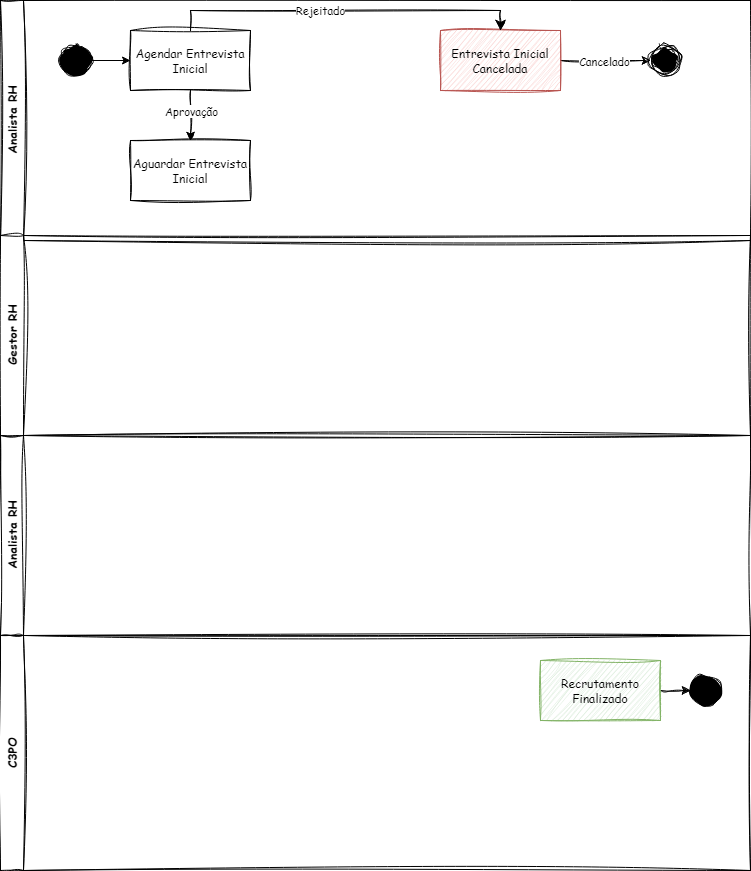
Earlier version of the draw.io export instituto_langchain/busca_sql/selecao.drawio.png (Ro-Goncalves/instituto-langchain). Source tidied: cells renumbered, new cells last; positions are measured from the earlier drawing's top-left corner, leaving out a move shared by most shapes.
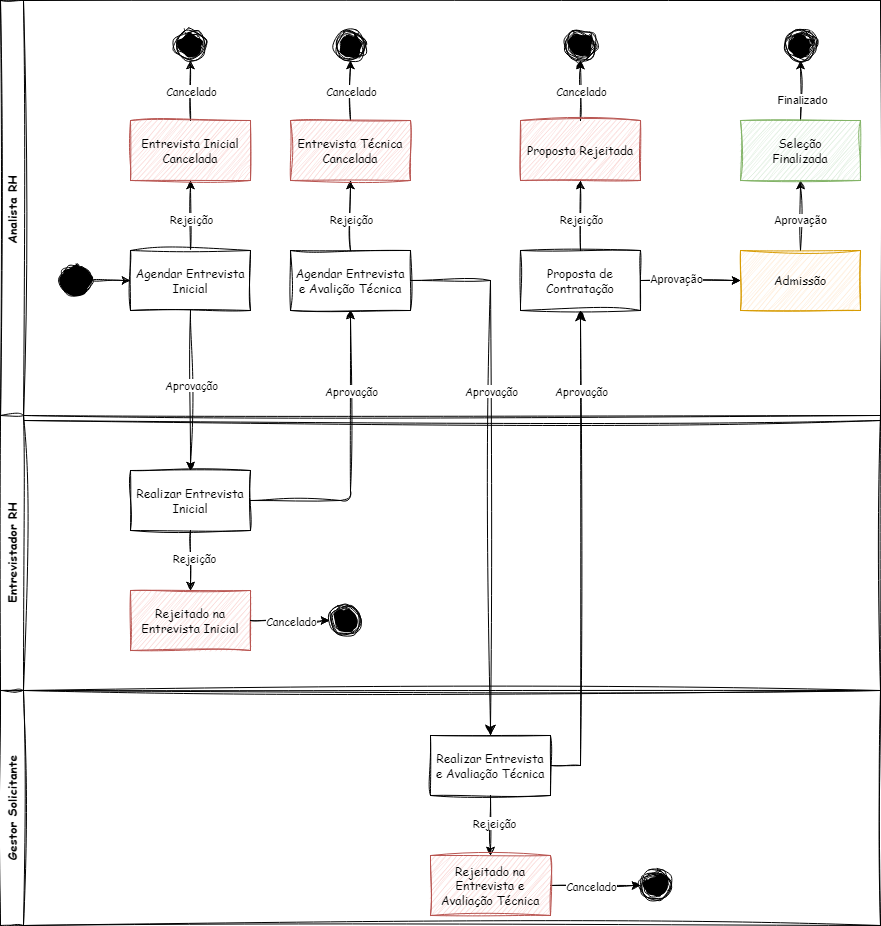
After the commit.

Commit message:
feat(busca sql): Melhorar a descrição do processo de seleção.

The edit, as a diff of the source:
```diff
@@ -3,69 +3,209 @@
     <mxCell id="0" />
     <mxCell id="1" parent="0" />
     <mxCell id="2" value="Analista RH" style="swimlane;horizontal=0;whiteSpace=wrap;html=1;fontFamily=Comic Sans MS;sketch=1;curveFitting=1;jiggle=2;" parent="1" vertex="1">
-      <mxGeometry width="750" height="240" as="geometry" />
+      <mxGeometry y="-180" width="880" height="420" as="geometry" />
     </mxCell>
-    <mxCell id="3" style="edgeStyle=none;html=1;exitX=0.5;exitY=1;exitDx=0;exitDy=0;entryX=0.5;entryY=0;entryDx=0;entryDy=0;sketch=1;curveFitting=1;jiggle=2;" parent="2" edge="1" source="5" target="14">
-      <mxGeometry relative="1" as="geometry" />
-    </mxCell>
-    <mxCell id="4" value="Aprovação" style="edgeLabel;html=1;align=center;verticalAlign=middle;fontFamily=Comic Sans MS;" parent="3" vertex="1">
-      <mxGeometry x="-0.02" y="2" relative="1" as="geometry">
-        <mxPoint x="-2" y="-4" as="offset" />
-      </mxGeometry>
-    </mxCell>
+    <mxCell id="12" style="edgeStyle=none;html=1;entryX=0.5;entryY=1;entryDx=0;entryDy=0;sketch=1;curveFitting=1;jiggle=2;" parent="2" edge="1" source="5" target="10">
+      <mxGeometry relative="1" as="geometry" />
+    </mxCell>
+    <mxCell id="21" value="Rejeição" style="edgeLabel;html=1;align=center;verticalAlign=middle;fontFamily=Comic Sans MS;" parent="12" vertex="1">
+      <mxGeometry x="-0.07" relative="1" as="geometry" />
+    </mxCell>
     <mxCell id="5" value="Agendar Entrevista&lt;div&gt;Inicial&lt;/div&gt;" style="rounded=0;whiteSpace=wrap;html=1;sketch=1;curveFitting=1;jiggle=2;fontFamily=Comic Sans MS;" parent="2" vertex="1">
-      <mxGeometry x="130" y="30" width="120" height="60" as="geometry" />
+      <mxGeometry x="130" y="250" width="120" height="60" as="geometry" />
     </mxCell>
     <mxCell id="6" style="ellipse;fillColor=strokeColor;html=1;sketch=1;curveFitting=1;jiggle=2;" parent="2" vertex="1">
-      <mxGeometry x="60" y="45" width="30" height="30" as="geometry" />
+      <mxGeometry x="60" y="265" width="30" height="30" as="geometry" />
     </mxCell>
-    <mxCell id="7" style="edgeStyle=none;html=1;exitX=1;exitY=0.5;exitDx=0;exitDy=0;entryX=0;entryY=0.5;entryDx=0;entryDy=0;" parent="2" edge="1" source="6" target="5">
+    <mxCell id="7" style="edgeStyle=none;html=1;exitX=1;exitY=0.5;exitDx=0;exitDy=0;entryX=0;entryY=0.5;entryDx=0;entryDy=0;sketch=1;curveFitting=1;jiggle=2;" parent="2" edge="1" source="6" target="5">
       <mxGeometry relative="1" as="geometry" />
     </mxCell>
-    <mxCell id="8" style="edgeStyle=none;html=1;exitX=1;exitY=0.5;exitDx=0;exitDy=0;entryX=0;entryY=0.5;entryDx=0;entryDy=0;sketch=1;curveFitting=1;jiggle=2;" parent="2" edge="1" source="10" target="11">
+    <mxCell id="8" style="edgeStyle=none;html=1;exitX=0.5;exitY=0;exitDx=0;exitDy=0;entryX=0.5;entryY=1;entryDx=0;entryDy=0;sketch=1;curveFitting=1;jiggle=2;" parent="2" edge="1" source="10" target="11">
       <mxGeometry relative="1" as="geometry" />
     </mxCell>
     <mxCell id="9" value="Cancelado" style="edgeLabel;html=1;align=center;verticalAlign=middle;fontFamily=Comic Sans MS;" parent="8" vertex="1">
       <mxGeometry x="-0.35" y="-2" relative="1" as="geometry">
-        <mxPoint x="14" y="-2" as="offset" />
+        <mxPoint x="-2" y="-10" as="offset" />
       </mxGeometry>
     </mxCell>
     <mxCell id="10" value="Entrevista Inicial&lt;div&gt;Cancelada&lt;/div&gt;" style="rounded=0;whiteSpace=wrap;html=1;sketch=1;curveFitting=1;jiggle=2;fontFamily=Comic Sans MS;fillColor=#f8cecc;strokeColor=#b85450;" parent="2" vertex="1">
-      <mxGeometry x="440" y="30" width="120" height="60" as="geometry" />
+      <mxGeometry x="130" y="120" width="120" height="60" as="geometry" />
     </mxCell>
     <mxCell id="11" style="ellipse;html=1;shape=endState;fillColor=strokeColor;sketch=1;curveFitting=1;jiggle=2;" parent="2" vertex="1">
-      <mxGeometry x="650" y="45" width="30" height="30" as="geometry" />
+      <mxGeometry x="175" y="30" width="30" height="30" as="geometry" />
     </mxCell>
-    <mxCell id="12" style="edgeStyle=elbowEdgeStyle;elbow=vertical;endArrow=classic;html=1;curved=0;rounded=0;endSize=8;startSize=8;sketch=1;curveFitting=1;jiggle=2;entryX=0.5;entryY=0;entryDx=0;entryDy=0;exitX=0.5;exitY=0;exitDx=0;exitDy=0;fontFamily=Comic Sans MS;" parent="2" edge="1" source="5" target="10">
-      <mxGeometry relative="1" as="geometry">
-        <Array as="points">
-          <mxPoint x="350" y="10" />
-        </Array>
-      </mxGeometry>
-    </mxCell>
-    <mxCell id="13" value="&lt;font face=&quot;Comic Sans MS&quot;&gt;Rejeitado&lt;/font&gt;" style="edgeLabel;html=1;align=center;verticalAlign=middle;" parent="12" vertex="1">
-      <mxGeometry x="-0.15" relative="1" as="geometry" />
-    </mxCell>
+    <mxCell id="22" value="Agendar Entrevista&lt;div&gt;e Avalição Técnica&lt;/div&gt;" style="rounded=0;whiteSpace=wrap;html=1;sketch=1;curveFitting=1;jiggle=2;fontFamily=Comic Sans MS;" parent="2" vertex="1">
+      <mxGeometry x="290" y="250" width="120" height="60" as="geometry" />
+    </mxCell>
+    <mxCell id="23" style="edgeStyle=none;html=1;entryX=0.5;entryY=1;entryDx=0;entryDy=0;sketch=1;curveFitting=1;jiggle=2;exitX=0.5;exitY=0;exitDx=0;exitDy=0;" parent="2" edge="1" source="22" target="27">
+      <mxGeometry relative="1" as="geometry" />
+    </mxCell>
+    <mxCell id="24" value="&lt;span style=&quot;color: rgb(0, 0, 0);&quot;&gt;Rejeição&lt;/span&gt;" style="edgeLabel;html=1;align=center;verticalAlign=middle;fontFamily=Comic Sans MS;" parent="23" vertex="1">
+      <mxGeometry x="-0.07" relative="1" as="geometry" />
+    </mxCell>
+    <mxCell id="25" style="edgeStyle=none;html=1;exitX=0.5;exitY=0;exitDx=0;exitDy=0;entryX=0.5;entryY=1;entryDx=0;entryDy=0;sketch=1;curveFitting=1;jiggle=2;" parent="2" edge="1" source="27" target="28">
+      <mxGeometry relative="1" as="geometry" />
+    </mxCell>
+    <mxCell id="26" value="Cancelado" style="edgeLabel;html=1;align=center;verticalAlign=middle;fontFamily=Comic Sans MS;" parent="25" vertex="1">
+      <mxGeometry x="-0.35" y="-2" relative="1" as="geometry">
+        <mxPoint x="-2" y="-10" as="offset" />
+      </mxGeometry>
+    </mxCell>
+    <mxCell id="27" value="Entrevista Técnica&lt;div&gt;Cancelada&lt;/div&gt;" style="rounded=0;whiteSpace=wrap;html=1;sketch=1;curveFitting=1;jiggle=2;fontFamily=Comic Sans MS;fillColor=#f8cecc;strokeColor=#b85450;" parent="2" vertex="1">
+      <mxGeometry x="290" y="120" width="120" height="60" as="geometry" />
+    </mxCell>
+    <mxCell id="28" style="ellipse;html=1;shape=endState;fillColor=strokeColor;sketch=1;curveFitting=1;jiggle=2;" parent="2" vertex="1">
+      <mxGeometry x="335" y="30" width="30" height="30" as="geometry" />
+    </mxCell>
+    <mxCell id="29" style="edgeStyle=none;html=1;sketch=1;curveFitting=1;jiggle=2;" parent="2" edge="1" source="31" target="40">
+      <mxGeometry relative="1" as="geometry" />
+    </mxCell>
+    <mxCell id="30" value="Aprovação" style="edgeLabel;html=1;align=center;verticalAlign=middle;" parent="29" vertex="1">
+      <mxGeometry x="-0.31" y="2" relative="1" as="geometry" />
+    </mxCell>
+    <mxCell id="31" value="Proposta de&lt;div&gt;Contratação&lt;/div&gt;" style="rounded=0;whiteSpace=wrap;html=1;sketch=1;curveFitting=1;jiggle=2;fontFamily=Comic Sans MS;" parent="2" vertex="1">
+      <mxGeometry x="520" y="250" width="120" height="60" as="geometry" />
+    </mxCell>
+    <mxCell id="32" style="edgeStyle=none;html=1;entryX=0.5;entryY=1;entryDx=0;entryDy=0;sketch=1;curveFitting=1;jiggle=2;exitX=0.5;exitY=0;exitDx=0;exitDy=0;" parent="2" edge="1" source="31" target="36">
+      <mxGeometry relative="1" as="geometry" />
+    </mxCell>
+    <mxCell id="33" value="&lt;span style=&quot;color: rgb(0, 0, 0);&quot;&gt;Rejeição&lt;/span&gt;" style="edgeLabel;html=1;align=center;verticalAlign=middle;fontFamily=Comic Sans MS;" parent="32" vertex="1">
+      <mxGeometry x="-0.07" relative="1" as="geometry" />
+    </mxCell>
+    <mxCell id="34" style="edgeStyle=none;html=1;exitX=0.5;exitY=0;exitDx=0;exitDy=0;sketch=1;curveFitting=1;jiggle=2;entryX=0.5;entryY=1;entryDx=0;entryDy=0;" parent="2" edge="1" source="36" target="37">
+      <mxGeometry relative="1" as="geometry" />
+    </mxCell>
+    <mxCell id="35" value="Cancelado" style="edgeLabel;html=1;align=center;verticalAlign=middle;fontFamily=Comic Sans MS;" parent="34" vertex="1">
+      <mxGeometry x="-0.35" y="-2" relative="1" as="geometry">
+        <mxPoint x="-2" y="-10" as="offset" />
+      </mxGeometry>
+    </mxCell>
+    <mxCell id="36" value="Proposta Rejeitada" style="rounded=0;whiteSpace=wrap;html=1;sketch=1;curveFitting=1;jiggle=2;fontFamily=Comic Sans MS;fillColor=#f8cecc;strokeColor=#b85450;" parent="2" vertex="1">
+      <mxGeometry x="520" y="120" width="120" height="60" as="geometry" />
+    </mxCell>
+    <mxCell id="37" style="ellipse;html=1;shape=endState;fillColor=strokeColor;sketch=1;curveFitting=1;jiggle=2;" parent="2" vertex="1">
+      <mxGeometry x="565" y="30" width="30" height="30" as="geometry" />
+    </mxCell>
+    <mxCell id="38" style="edgeStyle=none;html=1;sketch=1;curveFitting=1;jiggle=2;" parent="2" edge="1" source="40" target="43">
+      <mxGeometry relative="1" as="geometry" />
+    </mxCell>
+    <mxCell id="39" value="Aprovação" style="edgeLabel;html=1;align=center;verticalAlign=middle;" parent="38" vertex="1">
+      <mxGeometry x="-0.12" y="1" relative="1" as="geometry" />
+    </mxCell>
+    <mxCell id="40" value="Admissão" style="rounded=0;whiteSpace=wrap;html=1;sketch=1;curveFitting=1;jiggle=2;fontFamily=Comic Sans MS;fillColor=#ffe6cc;strokeColor=#d79b00;" parent="2" vertex="1">
+      <mxGeometry x="740" y="250" width="120" height="60" as="geometry" />
+    </mxCell>
+    <mxCell id="41" style="edgeStyle=none;html=1;entryX=0.5;entryY=1;entryDx=0;entryDy=0;sketch=1;curveFitting=1;jiggle=2;" parent="2" edge="1" source="43" target="44">
+      <mxGeometry relative="1" as="geometry" />
+    </mxCell>
+    <mxCell id="42" value="Finalizado" style="edgeLabel;html=1;align=center;verticalAlign=middle;" parent="41" vertex="1">
+      <mxGeometry x="-0.31" y="-1" relative="1" as="geometry" />
+    </mxCell>
+    <mxCell id="43" value="Seleção&lt;div&gt;Finalizada&lt;/div&gt;" style="rounded=0;whiteSpace=wrap;html=1;sketch=1;curveFitting=1;jiggle=2;fontFamily=Comic Sans MS;fillColor=#d5e8d4;strokeColor=#82b366;" parent="2" vertex="1">
+      <mxGeometry x="740" y="120" width="120" height="60" as="geometry" />
+    </mxCell>
+    <mxCell id="44" style="ellipse;html=1;shape=endState;fillColor=strokeColor;sketch=1;curveFitting=1;jiggle=2;" parent="2" vertex="1">
+      <mxGeometry x="785" y="30" width="30" height="30" as="geometry" />
+    </mxCell>
+    <mxCell id="15" value="Entrevistador RH" style="swimlane;horizontal=0;whiteSpace=wrap;html=1;fontFamily=Comic Sans MS;sketch=1;curveFitting=1;jiggle=2;" parent="1" vertex="1">
+      <mxGeometry y="235" width="880" height="275" as="geometry" />
+    </mxCell>
+    <mxCell id="45" style="edgeStyle=none;html=1;entryX=0.5;entryY=0;entryDx=0;entryDy=0;fontFamily=Comic Sans MS;sketch=1;curveFitting=1;jiggle=2;" parent="15" edge="1" source="14" target="47">
+      <mxGeometry relative="1" as="geometry" />
+    </mxCell>
+    <mxCell id="46" value="&lt;span style=&quot;color: rgb(0, 0, 0);&quot;&gt;Rejeição&lt;/span&gt;" style="edgeLabel;html=1;align=center;verticalAlign=middle;fontFamily=Comic Sans MS;" parent="45" vertex="1">
+      <mxGeometry x="-0.12" y="3" relative="1" as="geometry" />
+    </mxCell>
-    <mxCell id="14" value="Aguardar Entrevista&lt;div&gt;Inicial&lt;/div&gt;" style="rounded=0;whiteSpace=wrap;html=1;sketch=1;curveFitting=1;jiggle=2;fontFamily=Comic Sans MS;" parent="2" vertex="1">
-      <mxGeometry x="130" y="140" width="120" height="60" as="geometry" />
+    <mxCell id="14" value="Realizar Entrevista&lt;div&gt;Inicial&lt;/div&gt;" style="rounded=0;whiteSpace=wrap;html=1;sketch=1;curveFitting=1;jiggle=2;fontFamily=Comic Sans MS;" parent="15" vertex="1">
+      <mxGeometry x="130" y="55" width="120" height="60" as="geometry" />
     </mxCell>
-    <mxCell id="15" value="Gestor RH" style="swimlane;horizontal=0;whiteSpace=wrap;html=1;fontFamily=Comic Sans MS;sketch=1;curveFitting=1;jiggle=2;" parent="1" vertex="1">
-      <mxGeometry y="235" width="750" height="200" as="geometry" />
-    </mxCell>
-    <mxCell id="16" value="Analista RH" style="swimlane;horizontal=0;whiteSpace=wrap;html=1;fontFamily=Comic Sans MS;sketch=1;curveFitting=1;jiggle=2;" parent="1" vertex="1">
-      <mxGeometry y="435" width="750" height="200" as="geometry" />
-    </mxCell>
+    <mxCell id="47" value="Rejeitado na Entrevista Inicial" style="rounded=0;whiteSpace=wrap;html=1;sketch=1;curveFitting=1;jiggle=2;fontFamily=Comic Sans MS;fillColor=#f8cecc;strokeColor=#b85450;" parent="15" vertex="1">
+      <mxGeometry x="130" y="175" width="120" height="60" as="geometry" />
+    </mxCell>
+    <mxCell id="48" style="ellipse;html=1;shape=endState;fillColor=strokeColor;sketch=1;curveFitting=1;jiggle=2;" parent="15" vertex="1">
+      <mxGeometry x="329" y="190" width="30" height="30" as="geometry" />
+    </mxCell>
+    <mxCell id="49" style="edgeStyle=none;html=1;exitX=1;exitY=0.5;exitDx=0;exitDy=0;entryX=0;entryY=0.5;entryDx=0;entryDy=0;sketch=1;curveFitting=1;jiggle=2;" parent="15" edge="1" source="47" target="48">
+      <mxGeometry relative="1" as="geometry">
+        <Array as="points">
+          <mxPoint x="290" y="205" />
+        </Array>
+      </mxGeometry>
+    </mxCell>
+    <mxCell id="50" value="Cancelado" style="edgeLabel;html=1;align=center;verticalAlign=middle;fontFamily=Comic Sans MS;" parent="49" vertex="1">
+      <mxGeometry x="-0.35" y="-2" relative="1" as="geometry">
+        <mxPoint x="14" y="-2" as="offset" />
+      </mxGeometry>
+    </mxCell>
-    <mxCell id="17" value="C3PO" style="swimlane;horizontal=0;whiteSpace=wrap;html=1;fontFamily=Comic Sans MS;sketch=1;curveFitting=1;jiggle=2;" parent="1" vertex="1">
-      <mxGeometry y="635" width="750" height="235" as="geometry" />
+    <mxCell id="17" value="Gestor Solicitante" style="swimlane;horizontal=0;whiteSpace=wrap;html=1;fontFamily=Comic Sans MS;sketch=1;curveFitting=1;jiggle=2;" parent="1" vertex="1">
+      <mxGeometry y="510" width="880" height="235" as="geometry" />
     </mxCell>
-    <mxCell id="18" style="edgeStyle=none;html=1;entryX=0;entryY=0.5;entryDx=0;entryDy=0;sketch=1;curveFitting=1;jiggle=2;" parent="17" edge="1" source="19" target="20">
-      <mxGeometry relative="1" as="geometry" />
-    </mxCell>
-    <mxCell id="19" value="Recrutamento&lt;div&gt;Finalizado&lt;/div&gt;" style="rounded=0;whiteSpace=wrap;html=1;sketch=1;curveFitting=1;jiggle=2;fontFamily=Comic Sans MS;fillColor=#d5e8d4;strokeColor=#82b366;" parent="17" vertex="1">
-      <mxGeometry x="540" y="25" width="120" height="60" as="geometry" />
-    </mxCell>
-    <mxCell id="20" style="ellipse;fillColor=strokeColor;html=1;sketch=1;curveFitting=1;jiggle=2;" parent="17" vertex="1">
-      <mxGeometry x="690" y="40" width="30" height="30" as="geometry" />
-    </mxCell>
+    <mxCell id="51" style="edgeStyle=none;html=1;entryX=0.5;entryY=0;entryDx=0;entryDy=0;fontFamily=Comic Sans MS;sketch=1;curveFitting=1;jiggle=2;" parent="17" edge="1" source="53" target="56">
+      <mxGeometry relative="1" as="geometry" />
+    </mxCell>
+    <mxCell id="52" value="&lt;span style=&quot;color: rgb(0, 0, 0);&quot;&gt;Rejeição&lt;/span&gt;" style="edgeLabel;html=1;align=center;verticalAlign=middle;fontFamily=Comic Sans MS;" parent="51" vertex="1">
+      <mxGeometry x="-0.12" y="3" relative="1" as="geometry" />
+    </mxCell>
+    <mxCell id="53" value="Realizar Entrevista&lt;div&gt;e Avaliação Técnica&lt;/div&gt;" style="rounded=0;whiteSpace=wrap;html=1;sketch=1;curveFitting=1;jiggle=2;fontFamily=Comic Sans MS;" parent="17" vertex="1">
+      <mxGeometry x="430" y="45" width="120" height="60" as="geometry" />
+    </mxCell>
+    <mxCell id="54" style="edgeStyle=none;html=1;entryX=0;entryY=0.5;entryDx=0;entryDy=0;sketch=1;curveFitting=1;jiggle=2;" parent="17" edge="1" source="56" target="57">
+      <mxGeometry relative="1" as="geometry" />
+    </mxCell>
+    <mxCell id="55" value="Cancelado" style="edgeLabel;html=1;align=center;verticalAlign=middle;fontFamily=Comic Sans MS;" parent="54" vertex="1">
+      <mxGeometry x="0.23" relative="1" as="geometry">
+        <mxPoint x="-15" as="offset" />
+      </mxGeometry>
+    </mxCell>
+    <mxCell id="56" value="Rejeitado na Entrevista e Avaliação Técnica" style="rounded=0;whiteSpace=wrap;html=1;sketch=1;curveFitting=1;jiggle=2;fontFamily=Comic Sans MS;fillColor=#f8cecc;strokeColor=#b85450;" parent="17" vertex="1">
+      <mxGeometry x="430" y="165" width="120" height="60" as="geometry" />
+    </mxCell>
+    <mxCell id="57" style="ellipse;html=1;shape=endState;fillColor=strokeColor;sketch=1;curveFitting=1;jiggle=2;" parent="17" vertex="1">
+      <mxGeometry x="640" y="180" width="30" height="30" as="geometry" />
+    </mxCell>
+    <mxCell id="3" style="edgeStyle=none;html=1;exitX=0.5;exitY=1;exitDx=0;exitDy=0;entryX=0.5;entryY=0;entryDx=0;entryDy=0;sketch=1;curveFitting=1;jiggle=2;" parent="1" edge="1" source="5" target="14">
+      <mxGeometry relative="1" as="geometry" />
+    </mxCell>
+    <mxCell id="4" value="Aprovação" style="edgeLabel;html=1;align=center;verticalAlign=middle;fontFamily=Comic Sans MS;" parent="3" vertex="1">
+      <mxGeometry x="-0.02" y="2" relative="1" as="geometry">
+        <mxPoint x="-2" y="-4" as="offset" />
+      </mxGeometry>
+    </mxCell>
+    <mxCell id="58" style="edgeStyle=none;html=1;exitX=1;exitY=0.5;exitDx=0;exitDy=0;entryX=0.5;entryY=1;entryDx=0;entryDy=0;sketch=1;curveFitting=1;jiggle=2;" parent="1" edge="1" source="14" target="22">
+      <mxGeometry relative="1" as="geometry">
+        <Array as="points">
+          <mxPoint x="350" y="320" />
+        </Array>
+      </mxGeometry>
+    </mxCell>
+    <mxCell id="59" value="Aprovação" style="edgeLabel;html=1;align=center;verticalAlign=middle;fontFamily=Comic Sans MS;" parent="58" vertex="1">
+      <mxGeometry x="-0.02" y="2" relative="1" as="geometry">
+        <mxPoint x="2" y="-69" as="offset" />
+      </mxGeometry>
+    </mxCell>
+    <mxCell id="60" style="edgeStyle=elbowEdgeStyle;elbow=vertical;endArrow=classic;html=1;curved=0;rounded=0;endSize=8;startSize=8;exitX=1;exitY=0.5;exitDx=0;exitDy=0;entryX=0.5;entryY=0;entryDx=0;entryDy=0;sketch=1;curveFitting=1;jiggle=2;" parent="1" edge="1" source="22" target="53">
+      <mxGeometry relative="1" as="geometry">
+        <Array as="points">
+          <mxPoint x="450" y="100" />
+        </Array>
+      </mxGeometry>
+    </mxCell>
+    <mxCell id="61" value="Aprovação" style="edgeLabel;html=1;align=center;verticalAlign=middle;fontFamily=Comic Sans MS;" parent="60" vertex="1">
+      <mxGeometry x="0.11" y="-2" relative="1" as="geometry">
+        <mxPoint x="2" y="-107" as="offset" />
+      </mxGeometry>
+    </mxCell>
+    <mxCell id="62" style="edgeStyle=elbowEdgeStyle;elbow=horizontal;endArrow=classic;html=1;curved=0;rounded=0;endSize=8;startSize=8;exitX=1;exitY=0.5;exitDx=0;exitDy=0;sketch=1;curveFitting=1;jiggle=2;" parent="1" edge="1" source="53" target="31">
+      <mxGeometry relative="1" as="geometry">
+        <Array as="points">
+          <mxPoint x="580" y="360" />
+        </Array>
+      </mxGeometry>
+    </mxCell>
+    <mxCell id="63" value="Aprovação" style="edgeLabel;html=1;align=center;verticalAlign=middle;fontFamily=Comic Sans MS;" parent="62" vertex="1">
+      <mxGeometry x="0.18" y="-3" relative="1" as="geometry">
+        <mxPoint x="-3" y="-118" as="offset" />
+      </mxGeometry>
+    </mxCell>
   </root>
 </mxGraphModel>
```
